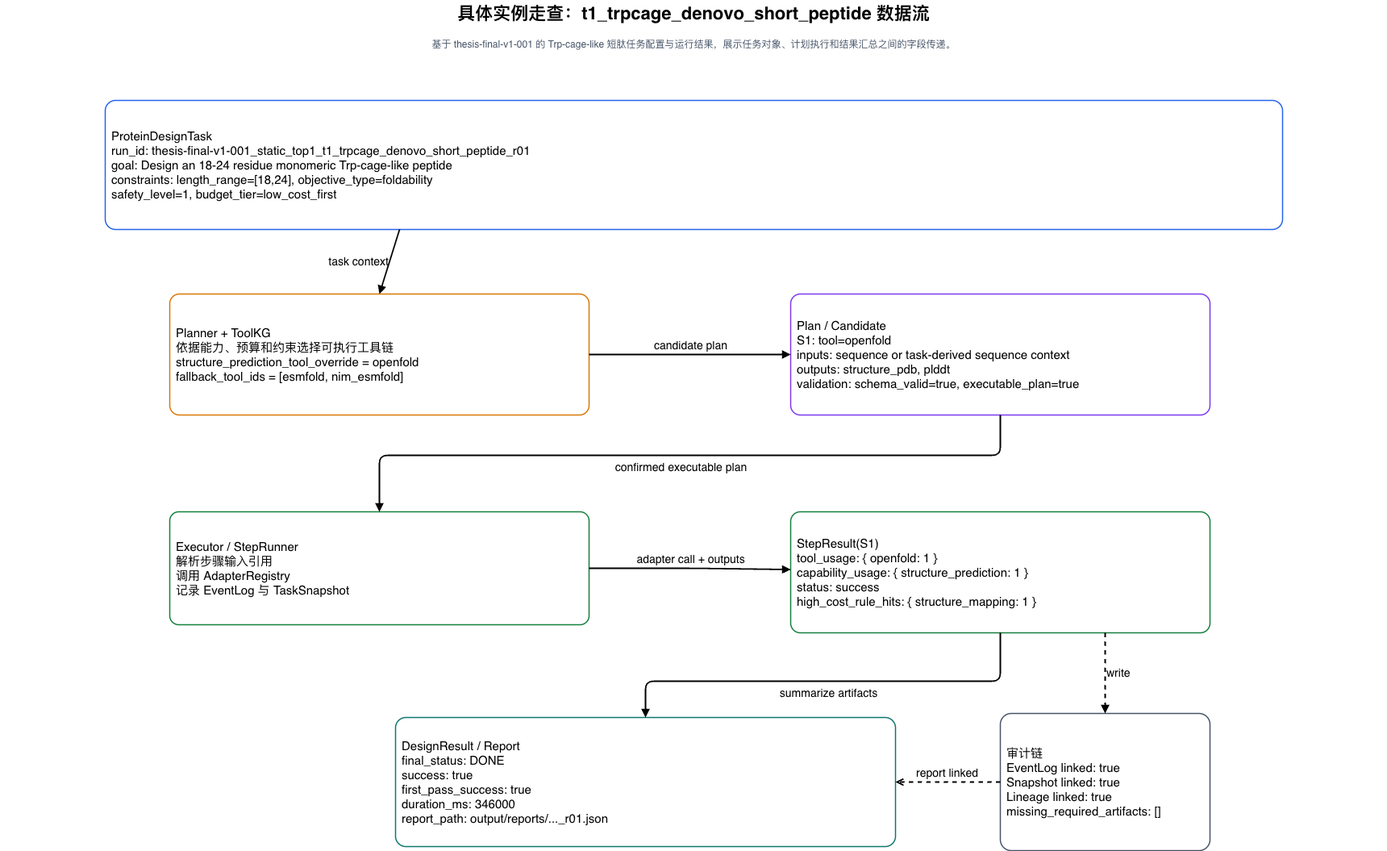
Before: paper/figures/t1-trpcage-instance-walkthrough.drawio.png, a diagram exported from draw.io (Yuri-Kon/thesis-project). Source tidied: cells renumbered, new cells last; positions are measured from the earlier drawing's top-left corner, leaving out a move shared by most shapes.
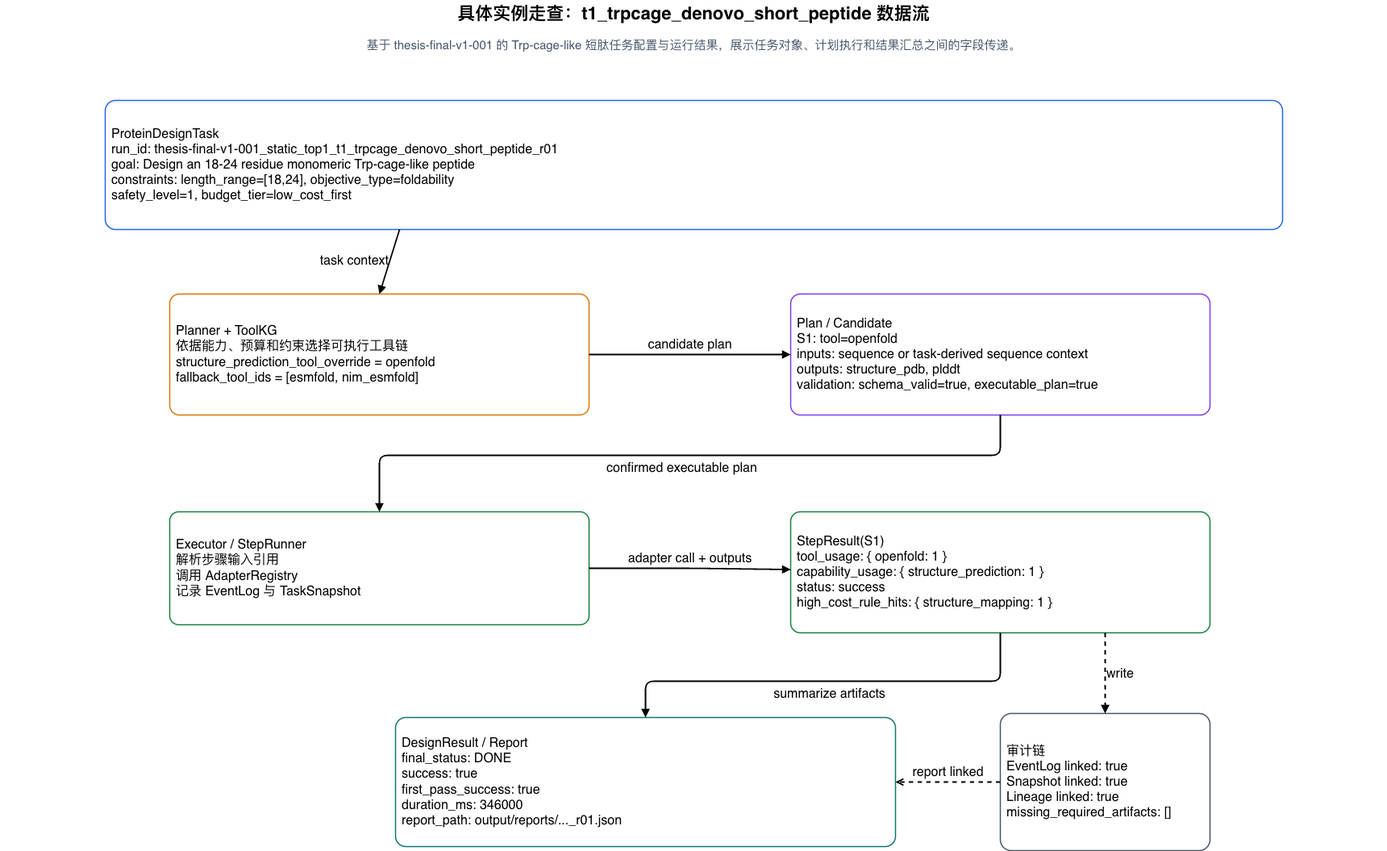
After the change.

Diff of the diagram source:
```diff
@@ -5,38 +5,38 @@
     <mxCell id="2" value="具体实例走查：t1_trpcage_denovo_short_peptide 数据流" style="fontFamily=Helvetica;fontSize=22;fontStyle=1;align=center;verticalAlign=middle;whiteSpace=wrap;html=1;fillColor=none;strokeColor=none;" parent="1" vertex="1">
       <mxGeometry width="1720" height="34" as="geometry" />
     </mxCell>
-    <mxCell id="3" value="基于 thesis-final-v1-001 的 Trp-cage-like 短肽任务配置与运行结果，展示任务对象、计划执行和结果汇总之间的字段传递。" style="fontFamily=Helvetica;fontSize=12;fontColor=#475569;align=center;verticalAlign=middle;whiteSpace=wrap;html=1;fillColor=none;strokeColor=none;" parent="1" vertex="1">
+    <mxCell id="3" value="基于 thesis-final-v1-001 的 Trp-cage-like 短肽任务配置与运行结果，展示任务对象、计划执行和结果汇总之间的字段传递。" style="fontFamily=Helvetica;fontSize=15;fontColor=#475569;align=center;verticalAlign=middle;whiteSpace=wrap;html=1;fillColor=none;strokeColor=none;" parent="1" vertex="1">
       <mxGeometry x="40" y="40" width="1640" height="30" as="geometry" />
     </mxCell>
-    <mxCell id="4" value="&lt;font style=&quot;font-size: 15px;&quot;&gt;ProteinDesignTask&lt;br&gt;run_id: thesis-final-v1-001_static_top1_t1_trpcage_denovo_short_peptide_r01&lt;br&gt;goal: Design an 18-24 residue monomeric Trp-cage-like peptide&lt;br&gt;constraints: length_range=[18,24], objective_type=foldability&lt;br&gt;safety_level=1, budget_tier=low_cost_first&lt;/font&gt;" style="rounded=1;whiteSpace=wrap;html=1;arcSize=8;fillColor=#FFFFFF;strokeWidth=1.5;fontFamily=Helvetica;fontSize=13;align=center;verticalAlign=middle;spacing=8;strokeColor=#2563EB;align=left;" parent="1" vertex="1">
+    <mxCell id="4" value="&lt;font&gt;ProteinDesignTask&lt;br&gt;run_id: thesis-final-v1-001_static_top1_t1_trpcage_denovo_short_peptide_r01&lt;br&gt;goal: Design an 18-24 residue monomeric Trp-cage-like peptide&lt;br&gt;constraints: length_range=[18,24], objective_type=foldability&lt;br&gt;safety_level=1, budget_tier=low_cost_first&lt;/font&gt;" style="rounded=1;whiteSpace=wrap;html=1;arcSize=8;fillColor=#FFFFFF;strokeWidth=1.5;fontFamily=Helvetica;fontSize=16;align=center;verticalAlign=middle;spacing=8;strokeColor=#2563EB;align=left;" parent="1" vertex="1">
       <mxGeometry x="130" y="124" width="1460" height="160" as="geometry" />
     </mxCell>
-    <mxCell id="5" value="&lt;font style=&quot;font-size: 15px;&quot;&gt;Planner + ToolKG&lt;br&gt;依据能力、预算和约束选择可执行工具链&lt;br&gt;structure_prediction_tool_override = openfold&lt;br&gt;fallback_tool_ids = [esmfold, nim_esmfold]&lt;/font&gt;" style="rounded=1;whiteSpace=wrap;html=1;arcSize=8;fillColor=#FFFFFF;strokeWidth=1.5;fontFamily=Helvetica;fontSize=13;align=center;verticalAlign=middle;spacing=8;strokeColor=#D97706;align=left;" parent="1" vertex="1">
+    <mxCell id="5" value="&lt;font&gt;Planner + ToolKG&lt;br&gt;依据能力、预算和约束选择可执行工具链&lt;br&gt;structure_prediction_tool_override = openfold&lt;br&gt;fallback_tool_ids = [esmfold, nim_esmfold]&lt;/font&gt;" style="rounded=1;whiteSpace=wrap;html=1;arcSize=8;fillColor=#FFFFFF;strokeWidth=1.5;fontFamily=Helvetica;fontSize=16;align=center;verticalAlign=middle;spacing=8;strokeColor=#D97706;align=left;" parent="1" vertex="1">
       <mxGeometry x="210" y="364" width="520" height="150" as="geometry" />
     </mxCell>
-    <mxCell id="6" value="&lt;font style=&quot;font-size: 15px;&quot;&gt;Plan / Candidate&lt;br&gt;S1: tool=openfold&lt;br&gt;inputs: sequence or task-derived sequence context&lt;br&gt;outputs: structure_pdb, plddt&lt;br&gt;validation: schema_valid=true, executable_plan=true&lt;/font&gt;" style="rounded=1;whiteSpace=wrap;html=1;arcSize=8;fillColor=#FFFFFF;strokeWidth=1.5;fontFamily=Helvetica;fontSize=13;align=center;verticalAlign=middle;spacing=8;strokeColor=#7C3AED;align=left;" parent="1" vertex="1">
+    <mxCell id="6" value="&lt;font&gt;Plan / Candidate&lt;br&gt;S1: tool=openfold&lt;br&gt;inputs: sequence or task-derived sequence context&lt;br&gt;outputs: structure_pdb, plddt&lt;br&gt;validation: schema_valid=true, executable_plan=true&lt;/font&gt;" style="rounded=1;whiteSpace=wrap;html=1;arcSize=8;fillColor=#FFFFFF;strokeWidth=1.5;fontFamily=Helvetica;fontSize=16;align=center;verticalAlign=middle;spacing=8;strokeColor=#7C3AED;align=left;" parent="1" vertex="1">
       <mxGeometry x="980" y="364" width="520" height="150" as="geometry" />
     </mxCell>
-    <mxCell id="7" value="&lt;font style=&quot;font-size: 15px;&quot;&gt;Executor / StepRunner&lt;br&gt;解析步骤输入引用&lt;br&gt;调用 AdapterRegistry&lt;br&gt;记录 EventLog 与 TaskSnapshot&lt;/font&gt;" style="rounded=1;whiteSpace=wrap;html=1;arcSize=8;fillColor=#FFFFFF;strokeWidth=1.5;fontFamily=Helvetica;fontSize=13;align=center;verticalAlign=middle;spacing=8;strokeColor=#15803D;align=left;" parent="1" vertex="1">
+    <mxCell id="7" value="&lt;font&gt;Executor / StepRunner&lt;br&gt;解析步骤输入引用&lt;br&gt;调用 AdapterRegistry&lt;br&gt;记录 EventLog 与 TaskSnapshot&lt;/font&gt;" style="rounded=1;whiteSpace=wrap;html=1;arcSize=8;fillColor=#FFFFFF;strokeWidth=1.5;fontFamily=Helvetica;fontSize=16;align=center;verticalAlign=middle;spacing=8;strokeColor=#15803D;align=left;" parent="1" vertex="1">
       <mxGeometry x="210" y="634" width="520" height="140" as="geometry" />
     </mxCell>
-    <mxCell id="8" value="&lt;font style=&quot;font-size: 15px;&quot;&gt;StepResult(S1)&lt;br&gt;tool_usage: { openfold: 1 }&lt;br&gt;capability_usage: { structure_prediction: 1 }&lt;br&gt;status: success&lt;br&gt;high_cost_rule_hits: { structure_mapping: 1 }&lt;/font&gt;" style="rounded=1;whiteSpace=wrap;html=1;arcSize=8;fillColor=#FFFFFF;strokeWidth=1.5;fontFamily=Helvetica;fontSize=13;align=center;verticalAlign=middle;spacing=8;strokeColor=#15803D;align=left;" parent="1" vertex="1">
+    <mxCell id="8" value="&lt;font&gt;StepResult(S1)&lt;br&gt;tool_usage: { openfold: 1 }&lt;br&gt;capability_usage: { structure_prediction: 1 }&lt;br&gt;status: success&lt;br&gt;high_cost_rule_hits: { structure_mapping: 1 }&lt;/font&gt;" style="rounded=1;whiteSpace=wrap;html=1;arcSize=8;fillColor=#FFFFFF;strokeWidth=1.5;fontFamily=Helvetica;fontSize=16;align=center;verticalAlign=middle;spacing=8;strokeColor=#15803D;align=left;" parent="1" vertex="1">
       <mxGeometry x="980" y="634" width="520" height="150" as="geometry" />
     </mxCell>
-    <mxCell id="9" value="&lt;font style=&quot;font-size: 15px;&quot;&gt;DesignResult / Report&lt;br&gt;final_status: DONE&lt;br&gt;success: true&lt;br&gt;first_pass_success: true&lt;br&gt;duration_ms: 346000&lt;br&gt;report_path: output/reports/..._r01.json&lt;/font&gt;" style="rounded=1;whiteSpace=wrap;html=1;arcSize=8;fillColor=#FFFFFF;strokeWidth=1.5;fontFamily=Helvetica;fontSize=13;align=center;verticalAlign=middle;spacing=8;strokeColor=#0F766E;align=left;" parent="1" vertex="1">
+    <mxCell id="9" value="&lt;font&gt;DesignResult / Report&lt;br&gt;final_status: DONE&lt;br&gt;success: true&lt;br&gt;first_pass_success: true&lt;br&gt;duration_ms: 346000&lt;br&gt;report_path: output/reports/..._r01.json&lt;/font&gt;" style="rounded=1;whiteSpace=wrap;html=1;arcSize=8;fillColor=#FFFFFF;strokeWidth=1.5;fontFamily=Helvetica;fontSize=16;align=center;verticalAlign=middle;spacing=8;strokeColor=#0F766E;align=left;" parent="1" vertex="1">
       <mxGeometry x="490" y="889" width="620" height="160" as="geometry" />
     </mxCell>
-    <mxCell id="10" value="task context" style="endArrow=block;html=1;rounded=1;strokeWidth=1.8;fontSize=14;fontFamily=Helvetica;labelBackgroundColor=none;entryX=0.5;entryY=0;entryDx=0;entryDy=0;exitX=0.25;exitY=1;exitDx=0;exitDy=0;labelPosition=left;verticalLabelPosition=middle;align=right;verticalAlign=middle;" parent="1" edge="1" source="4" target="5">
+    <mxCell id="10" value="task context" style="endArrow=block;html=1;rounded=1;strokeWidth=1.8;fontSize=16;fontFamily=Helvetica;labelBackgroundColor=none;entryX=0.5;entryY=0;entryDx=0;entryDy=0;exitX=0.25;exitY=1;exitDx=0;exitDy=0;labelPosition=left;verticalLabelPosition=middle;align=right;verticalAlign=middle;" parent="1" edge="1" source="4" target="5">
       <mxGeometry relative="1" as="geometry" />
     </mxCell>
-    <mxCell id="11" value="candidate plan" style="endArrow=block;html=1;rounded=1;strokeWidth=1.8;fontSize=14;fontFamily=Helvetica;labelBackgroundColor=none;exitX=1;exitY=0.5;exitDx=0;exitDy=0;labelPosition=center;verticalLabelPosition=top;align=center;verticalAlign=bottom;" parent="1" edge="1" source="5" target="6">
+    <mxCell id="11" value="candidate plan" style="endArrow=block;html=1;rounded=1;strokeWidth=1.8;fontSize=16;fontFamily=Helvetica;labelBackgroundColor=none;exitX=1;exitY=0.5;exitDx=0;exitDy=0;labelPosition=center;verticalLabelPosition=top;align=center;verticalAlign=bottom;" parent="1" edge="1" source="5" target="6">
       <mxGeometry relative="1" as="geometry">
         <Array as="points">
           <mxPoint x="860" y="439" />
         </Array>
       </mxGeometry>
     </mxCell>
-    <mxCell id="12" value="confirmed executable plan" style="endArrow=block;html=1;rounded=1;strokeWidth=1.8;fontSize=14;fontFamily=Helvetica;labelBackgroundColor=none;entryX=0.5;entryY=0;entryDx=0;entryDy=0;exitX=0.5;exitY=1;exitDx=0;exitDy=0;labelPosition=center;verticalLabelPosition=bottom;align=center;verticalAlign=top;" parent="1" edge="1" source="6" target="7">
+    <mxCell id="12" value="confirmed executable plan" style="endArrow=block;html=1;rounded=1;strokeWidth=1.8;fontSize=16;fontFamily=Helvetica;labelBackgroundColor=none;entryX=0.5;entryY=0;entryDx=0;entryDy=0;exitX=0.5;exitY=1;exitDx=0;exitDy=0;labelPosition=center;verticalLabelPosition=bottom;align=center;verticalAlign=top;" parent="1" edge="1" source="6" target="7">
       <mxGeometry relative="1" as="geometry">
         <Array as="points">
           <mxPoint x="1240" y="564" />
@@ -44,14 +44,14 @@
         </Array>
       </mxGeometry>
     </mxCell>
-    <mxCell id="13" value="adapter call + outputs" style="endArrow=block;html=1;rounded=1;strokeWidth=1.8;fontSize=14;fontFamily=Helvetica;labelBackgroundColor=none;labelPosition=center;verticalLabelPosition=top;align=center;verticalAlign=bottom;" parent="1" edge="1" source="7" target="8">
+    <mxCell id="13" value="adapter call + outputs" style="endArrow=block;html=1;rounded=1;strokeWidth=1.8;fontSize=16;fontFamily=Helvetica;labelBackgroundColor=none;labelPosition=center;verticalLabelPosition=top;align=center;verticalAlign=bottom;" parent="1" edge="1" source="7" target="8">
       <mxGeometry relative="1" as="geometry">
         <Array as="points">
           <mxPoint x="860" y="704" />
         </Array>
       </mxGeometry>
     </mxCell>
-    <mxCell id="14" value="summarize artifacts" style="endArrow=block;html=1;rounded=1;strokeWidth=1.8;fontSize=14;fontFamily=Helvetica;labelBackgroundColor=none;labelPosition=center;verticalLabelPosition=bottom;align=center;verticalAlign=top;entryX=0.5;entryY=0;entryDx=0;entryDy=0;exitX=0.5;exitY=1;exitDx=0;exitDy=0;" parent="1" edge="1" source="8" target="9">
+    <mxCell id="14" value="summarize artifacts" style="endArrow=block;html=1;rounded=1;strokeWidth=1.8;fontSize=16;fontFamily=Helvetica;labelBackgroundColor=none;labelPosition=center;verticalLabelPosition=bottom;align=center;verticalAlign=top;entryX=0.5;entryY=0;entryDx=0;entryDy=0;exitX=0.5;exitY=1;exitDx=0;exitDy=0;" parent="1" edge="1" source="8" target="9">
       <mxGeometry relative="1" as="geometry">
         <Array as="points">
           <mxPoint x="1240" y="844" />
@@ -59,13 +59,13 @@
         </Array>
       </mxGeometry>
     </mxCell>
-    <mxCell id="15" value="&lt;font style=&quot;font-size: 15px;&quot;&gt;审计链&lt;br&gt;EventLog linked: true&lt;br&gt;Snapshot linked: true&lt;br&gt;Lineage linked: true&lt;br&gt;missing_required_artifacts: []&lt;/font&gt;" style="rounded=1;whiteSpace=wrap;html=1;arcSize=8;fillColor=#FFFFFF;strokeWidth=1.5;fontFamily=Helvetica;fontSize=13;align=center;verticalAlign=middle;spacing=8;strokeColor=#475569;align=left;" parent="1" vertex="1">
+    <mxCell id="15" value="&lt;font&gt;审计链&lt;br&gt;EventLog linked: true&lt;br&gt;Snapshot linked: true&lt;br&gt;Lineage linked: true&lt;br&gt;missing_required_artifacts: []&lt;/font&gt;" style="rounded=1;whiteSpace=wrap;html=1;arcSize=8;fillColor=#FFFFFF;strokeWidth=1.5;fontFamily=Helvetica;fontSize=16;align=center;verticalAlign=middle;spacing=8;strokeColor=#475569;align=left;" parent="1" vertex="1">
       <mxGeometry x="1240" y="884" width="260" height="170" as="geometry" />
     </mxCell>
-    <mxCell id="16" value="write" style="endArrow=block;html=1;rounded=1;strokeWidth=1.8;fontSize=14;fontFamily=Helvetica;labelBackgroundColor=none;dashed=1;entryX=0.5;entryY=0;entryDx=0;entryDy=0;exitX=0.75;exitY=1;exitDx=0;exitDy=0;labelPosition=right;verticalLabelPosition=middle;align=left;verticalAlign=middle;" parent="1" edge="1" source="8" target="15">
+    <mxCell id="16" value="write" style="endArrow=block;html=1;rounded=1;strokeWidth=1.8;fontSize=16;fontFamily=Helvetica;labelBackgroundColor=none;dashed=1;entryX=0.5;entryY=0;entryDx=0;entryDy=0;exitX=0.75;exitY=1;exitDx=0;exitDy=0;labelPosition=right;verticalLabelPosition=middle;align=left;verticalAlign=middle;" parent="1" edge="1" source="8" target="15">
       <mxGeometry relative="1" as="geometry" />
     </mxCell>
-    <mxCell id="17" value="report linked" style="endArrow=block;html=1;rounded=1;strokeWidth=1.8;fontSize=14;fontFamily=Helvetica;labelBackgroundColor=none;dashed=1;endArrow=open;labelPosition=center;verticalLabelPosition=top;align=center;verticalAlign=bottom;entryX=1;entryY=0.5;entryDx=0;entryDy=0;exitX=0;exitY=0.5;exitDx=0;exitDy=0;" parent="1" edge="1" source="15" target="9">
+    <mxCell id="17" value="report linked" style="endArrow=block;html=1;rounded=1;strokeWidth=1.8;fontSize=16;fontFamily=Helvetica;labelBackgroundColor=none;dashed=1;endArrow=open;labelPosition=center;verticalLabelPosition=top;align=center;verticalAlign=bottom;entryX=1;entryY=0.5;entryDx=0;entryDy=0;exitX=0;exitY=0.5;exitDx=0;exitDy=0;" parent="1" edge="1" source="15" target="9">
       <mxGeometry relative="1" as="geometry" />
     </mxCell>
   </root>
```
